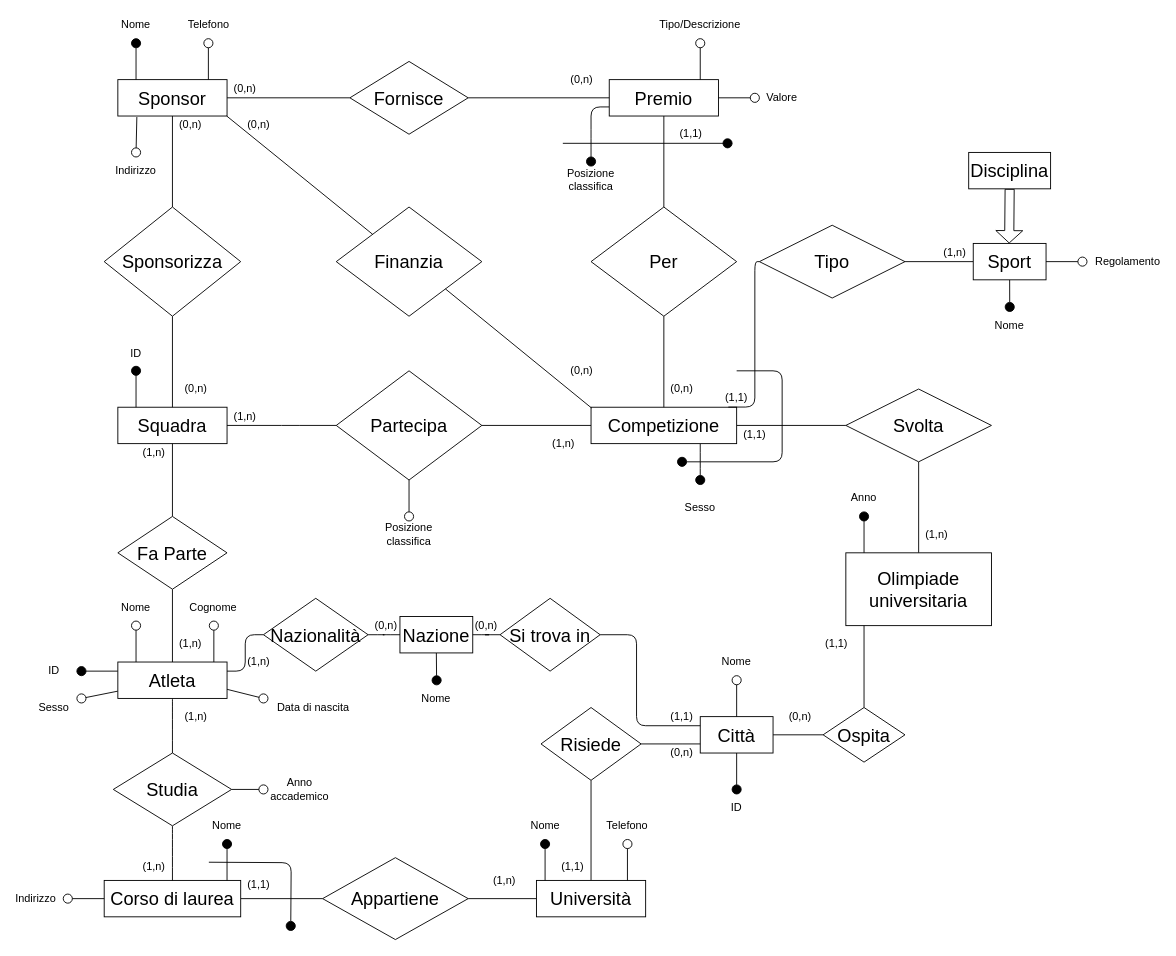
Earlier version of the draw.io diagram page "Schema E-R" (1 of 3) of Olimpiadi studentesche.drawio (giovannivelludo/database-project). Source tidied: cells renumbered, new cells numbered last; positions are measured from the earlier drawing's top-left corner, leaving out a move shared by most shapes. Both pictures are drawn from the tidied source at 91%, with x=0, y=0 at pixel (17, 15).
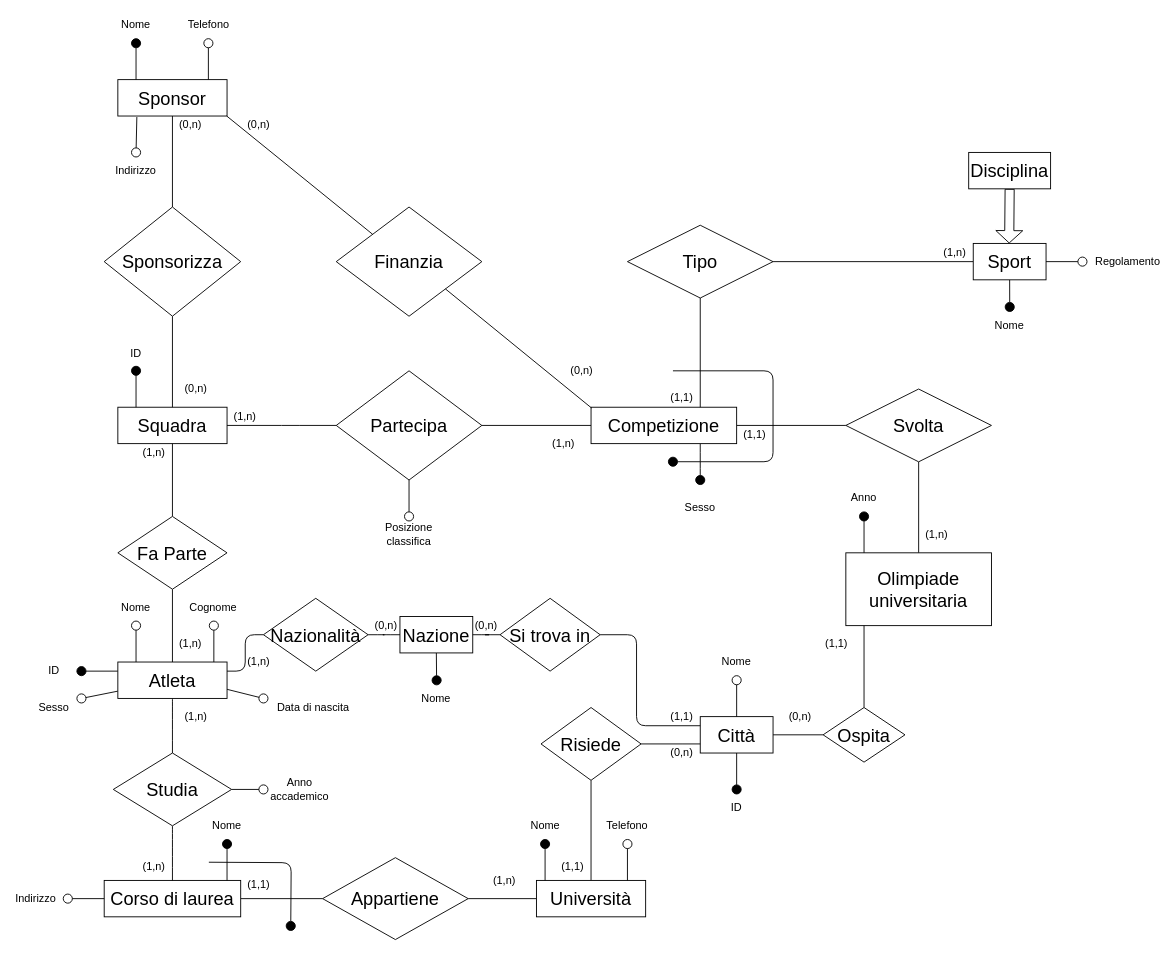
Above is the later version.

Commit message:
Rimosso Premio

The change refers to these unchanged cells:
```xml
<mxCell id="9" value="&lt;font style=&quot;font-size: 20px&quot;&gt;Competizione&lt;/font&gt;" style="rounded=0;whiteSpace=wrap;html=1;" parent="1" vertex="1">
  <mxGeometry x="630" y="430" width="160" height="40" as="geometry" />
</mxCell>
<mxCell id="31" value="&lt;font style=&quot;font-size: 20px&quot;&gt;Sponsor&lt;/font&gt;" style="rounded=0;whiteSpace=wrap;html=1;" parent="1" vertex="1">
  <mxGeometry x="110" y="70" width="120" height="40" as="geometry" />
</mxCell>
```

Diff of the diagram source:
```diff
@@
-    <mxCell id="30" style="edgeStyle=orthogonalEdgeStyle;rounded=0;jettySize=auto;html=1;endArrow=none;endFill=0;fontSize=20;entryX=0;entryY=0.5;entryDx=0;entryDy=0;" parent="1" edge="1" source="31" target="44">
-      <mxGeometry relative="1" as="geometry" />
-    </mxCell>
@@
-    <mxCell id="40" style="edgeStyle=orthogonalEdgeStyle;rounded=0;jettySize=auto;html=1;endArrow=none;endFill=0;fontSize=20;entryX=0.5;entryY=0;entryDx=0;entryDy=0;" parent="1" edge="1" source="42" target="46">
-      <mxGeometry relative="1" as="geometry" />
-    </mxCell>
-    <mxCell id="41" style="edgeStyle=orthogonalEdgeStyle;rounded=1;jettySize=auto;html=1;exitX=0;exitY=0.75;exitDx=0;exitDy=0;endArrow=oval;endFill=1;endSize=10;" parent="1" edge="1" source="42">
-      <mxGeometry relative="1" as="geometry">
-        <mxPoint x="630" y="160" as="targetPoint" />
-      </mxGeometry>
-    </mxCell>
-    <mxCell id="42" value="Premio" style="rounded=0;whiteSpace=wrap;html=1;horizontal=1;fontSize=20;comic=0;glass=0;shadow=0;" parent="1" vertex="1">
-      <mxGeometry x="650" y="70" width="120" height="40" as="geometry" />
-    </mxCell>
-    <mxCell id="43" style="edgeStyle=orthogonalEdgeStyle;rounded=0;jettySize=auto;html=1;endArrow=none;endFill=0;fontSize=20;entryX=0;entryY=0.5;entryDx=0;entryDy=0;" parent="1" edge="1" source="44" target="42">
-      <mxGeometry relative="1" as="geometry" />
-    </mxCell>
-    <mxCell id="44" value="Fornisce" style="rhombus;whiteSpace=wrap;html=1;rounded=0;shadow=0;glass=0;comic=0;fontSize=20;" parent="1" vertex="1">
-      <mxGeometry x="365" y="50" width="130" height="80" as="geometry" />
-    </mxCell>
-    <mxCell id="45" style="edgeStyle=orthogonalEdgeStyle;rounded=0;jettySize=auto;html=1;endArrow=none;endFill=0;fontSize=20;entryX=0.5;entryY=0;entryDx=0;entryDy=0;" parent="1" edge="1" source="46" target="9">
-      <mxGeometry relative="1" as="geometry" />
-    </mxCell>
-    <mxCell id="46" value="Per" style="rhombus;whiteSpace=wrap;html=1;rounded=0;shadow=0;glass=0;comic=0;fontSize=20;" parent="1" vertex="1">
-      <mxGeometry x="630" y="210" width="160" height="120" as="geometry" />
-    </mxCell>
@@
-    <mxCell id="48" value="(0,n)" style="text;html=1;strokeColor=none;fillColor=none;align=center;verticalAlign=middle;whiteSpace=wrap;rounded=0;shadow=0;glass=0;comic=0;fontSize=12;" parent="1" vertex="1">
-      <mxGeometry x="230" y="70" width="40" height="20" as="geometry" />
-    </mxCell>
-    <mxCell id="49" value="(0,n)" style="text;html=1;strokeColor=none;fillColor=none;align=center;verticalAlign=middle;whiteSpace=wrap;rounded=0;shadow=0;glass=0;comic=0;fontSize=12;" parent="1" vertex="1">
-      <mxGeometry x="600" y="60" width="40" height="20" as="geometry" />
-    </mxCell>
-    <mxCell id="50" value="(1,1)" style="text;html=1;strokeColor=none;fillColor=none;align=center;verticalAlign=middle;whiteSpace=wrap;rounded=0;shadow=0;glass=0;comic=0;fontSize=12;" parent="1" vertex="1">
-      <mxGeometry x="720" y="120" width="40" height="20" as="geometry" />
-    </mxCell>
-    <mxCell id="51" value="(0,n)" style="text;html=1;strokeColor=none;fillColor=none;align=center;verticalAlign=middle;whiteSpace=wrap;rounded=0;shadow=0;glass=0;comic=0;fontSize=12;" parent="1" vertex="1">
-      <mxGeometry x="710" y="400" width="40" height="20" as="geometry" />
-    </mxCell>
@@
-    <mxCell id="77" style="endArrow=oval;html=1;endFill=0;endSize=10;" parent="1" edge="1">
-      <mxGeometry relative="1" as="geometry">
-        <mxPoint x="750" y="70" as="sourcePoint" />
-        <mxPoint x="750" y="30" as="targetPoint" />
-      </mxGeometry>
-    </mxCell>
-    <mxCell id="78" value="Tipo/Descrizione" style="text;html=1;strokeColor=none;fillColor=none;align=center;verticalAlign=middle;whiteSpace=wrap;rounded=0;" parent="1" vertex="1">
-      <mxGeometry x="730" width="40" height="20" as="geometry" />
-    </mxCell>
-    <mxCell id="79" style="endArrow=oval;html=1;endFill=0;endSize=10;exitX=1;exitY=0.5;exitDx=0;exitDy=0;" parent="1" edge="1" source="42">
-      <mxGeometry relative="1" as="geometry">
-        <mxPoint x="810" y="90" as="targetPoint" />
-      </mxGeometry>
-    </mxCell>
-    <mxCell id="80" value="Valore" style="text;html=1;strokeColor=none;fillColor=none;align=center;verticalAlign=middle;whiteSpace=wrap;rounded=0;" parent="1" vertex="1">
-      <mxGeometry x="820" y="80" width="40" height="20" as="geometry" />
-    </mxCell>
@@
-    <mxCell id="126" style="edgeStyle=orthogonalEdgeStyle;rounded=1;jettySize=auto;html=1;entryX=0.943;entryY=-0.004;entryDx=0;entryDy=0;entryPerimeter=0;endArrow=none;endFill=0;" parent="1" edge="1" source="127" target="9">
-      <mxGeometry relative="1" as="geometry">
-        <Array as="points">
-          <mxPoint x="810" y="270" />
-          <mxPoint x="810" y="430" />
-        </Array>
-      </mxGeometry>
+    <mxCell id="126" style="edgeStyle=orthogonalEdgeStyle;rounded=0;jettySize=auto;html=1;exitX=0.5;exitY=1;exitDx=0;exitDy=0;entryX=0.75;entryY=0;entryDx=0;entryDy=0;endArrow=none;endFill=0;" parent="1" edge="1" source="127" target="9">
+      <mxGeometry relative="1" as="geometry" />
     </mxCell>
     <mxCell id="127" value="&lt;div&gt;Tipo&lt;/div&gt;" style="rhombus;whiteSpace=wrap;html=1;fontSize=20;" parent="1" vertex="1">
-      <mxGeometry x="815" y="230" width="160" height="80" as="geometry" />
+      <mxGeometry x="670" y="230" width="160" height="80" as="geometry" />
     </mxCell>
@@
     <mxCell id="130" value="(1,1)" style="text;html=1;strokeColor=none;fillColor=none;align=center;verticalAlign=middle;whiteSpace=wrap;rounded=0;shadow=0;glass=0;comic=0;fontSize=12;" parent="1" vertex="1">
-      <mxGeometry x="770" y="410" width="40" height="20" as="geometry" />
+      <mxGeometry x="710" y="410" width="40" height="20" as="geometry" />
     </mxCell>
@@
     <mxCell id="132" style="endArrow=oval;html=1;strokeColor=#000000;strokeWidth=1;edgeStyle=orthogonalEdgeStyle;endFill=1;endSize=10;" parent="1" edge="1">
       <mxGeometry relative="1" as="geometry">
-        <mxPoint x="790" y="390" as="sourcePoint" />
-        <mxPoint x="730" y="490" as="targetPoint" />
+        <mxPoint x="720" y="390" as="sourcePoint" />
+        <mxPoint x="720" y="489.9" as="targetPoint" />
         <Array as="points">
-          <mxPoint x="840" y="390" />
-          <mxPoint x="840" y="490" />
-          <mxPoint x="730" y="490" />
+          <mxPoint x="830" y="389.9" />
+          <mxPoint x="830" y="489.9" />
+          <mxPoint x="720" y="489.9" />
         </Array>
       </mxGeometry>
     </mxCell>
@@
-    <mxCell id="134" value="Posizione classifica" style="text;html=1;strokeColor=none;fillColor=none;align=center;verticalAlign=middle;whiteSpace=wrap;rounded=0;" parent="1" vertex="1">
-      <mxGeometry x="610" y="170" width="40" height="20" as="geometry" />
-    </mxCell>
-    <mxCell id="135" style="endArrow=oval;html=1;endFill=1;endSize=10;" parent="1" edge="1">
-      <mxGeometry relative="1" as="geometry">
-        <mxPoint x="599" y="140" as="sourcePoint" />
-        <mxPoint x="780" y="140" as="targetPoint" />
-      </mxGeometry>
-    </mxCell>
```
